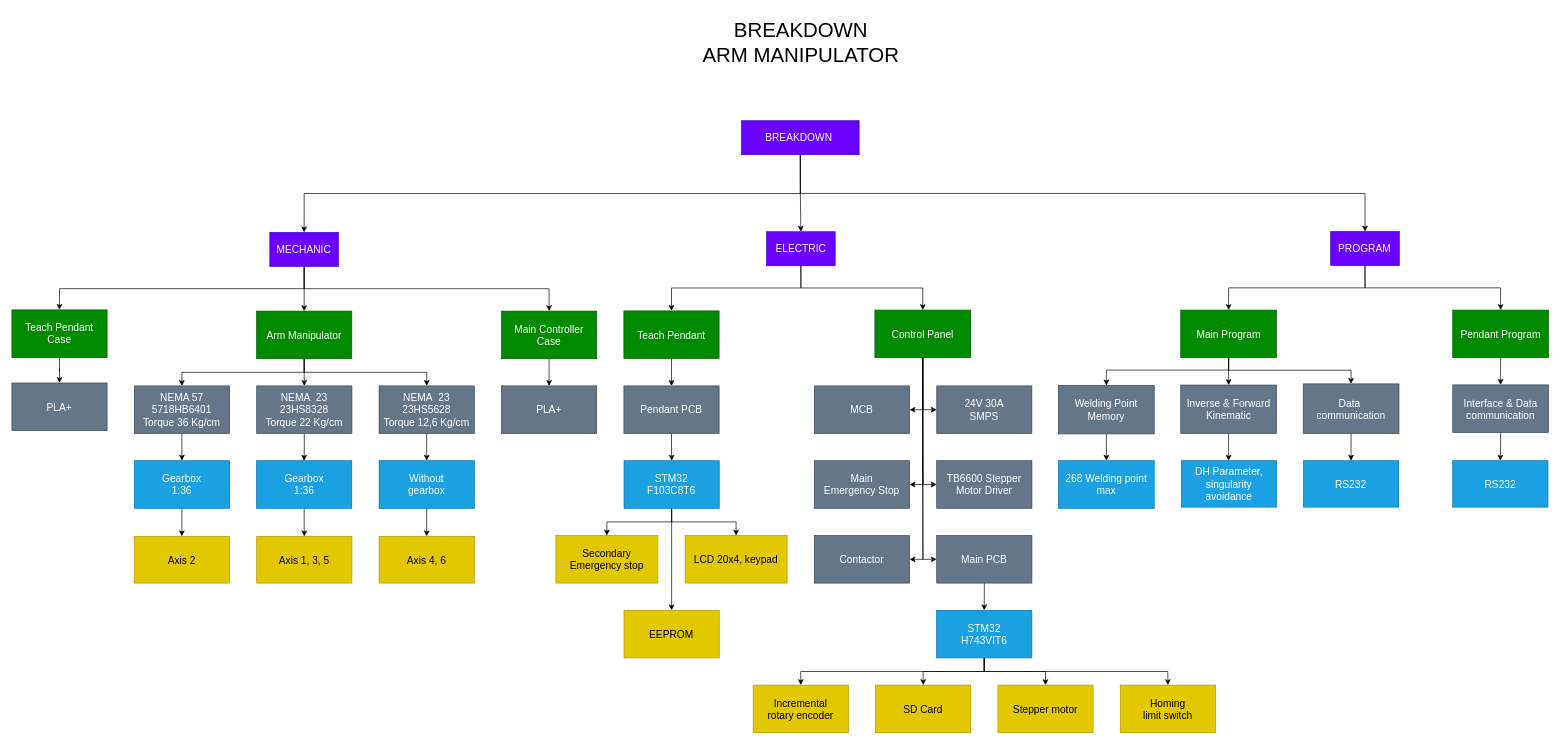
The draw.io diagram page "General Breakdown" (1 of 4) of Breakdown/Breakdown Arm Manipulator.drawio in AlfonsusGiovanni/Welding-Arm-Manipulator, before the edit. Source tidied: cells renumbered, new cells numbered last; positions are measured from the earlier drawing's top-left corner, leaving out a move shared by most shapes. Both pictures are drawn from the tidied source at 68%, with x=0, y=0 at pixel (12, 12).
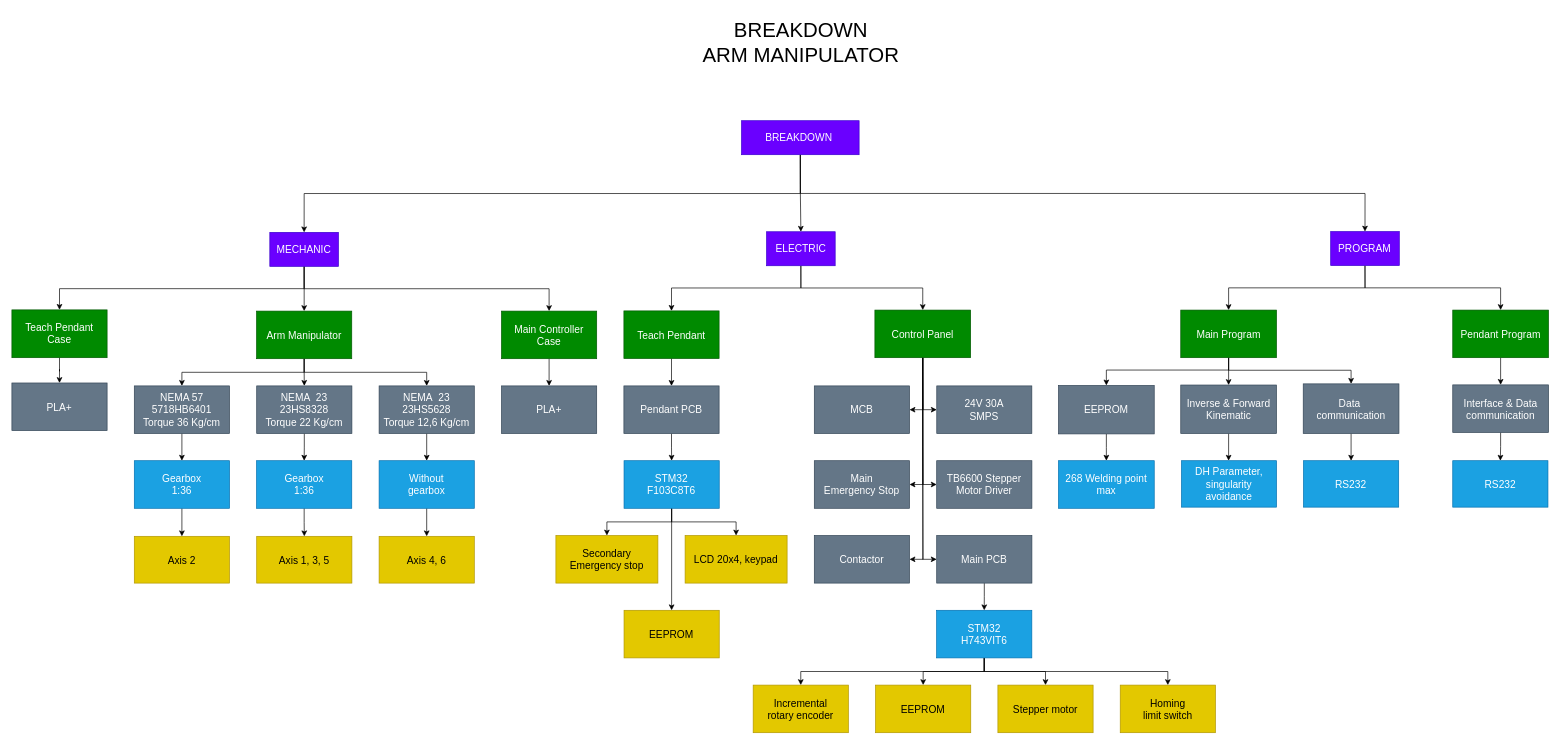
After the change.

What changed in the source:
```diff
@@
-    <mxCell id="61" value="&lt;div style=&quot;font-size: 15px;&quot;&gt;&lt;div&gt;SD Card&lt;/div&gt;&lt;/div&gt;" style="rounded=0;whiteSpace=wrap;html=1;fontSize=15;fillColor=#e3c800;fontColor=#000000;strokeColor=#B09500;" parent="1" vertex="1">
+    <mxCell id="61" value="&lt;div style=&quot;font-size: 15px;&quot;&gt;&lt;div&gt;EEPROM&lt;/div&gt;&lt;/div&gt;" style="rounded=0;whiteSpace=wrap;html=1;fontSize=15;fillColor=#e3c800;fontColor=#000000;strokeColor=#B09500;" parent="1" vertex="1">
       <mxGeometry x="1270.1" y="990" width="140" height="70" as="geometry" />
     </mxCell>
@@
-    <mxCell id="71" value="Welding Point Memory" style="rounded=0;whiteSpace=wrap;html=1;fontSize=15;fillColor=#647687;fontColor=#ffffff;strokeColor=#314354;" parent="1" vertex="1">
+    <mxCell id="71" value="EEPROM" style="rounded=0;whiteSpace=wrap;html=1;fontSize=15;fillColor=#647687;fontColor=#ffffff;strokeColor=#314354;" parent="1" vertex="1">
       <mxGeometry x="1539.1" y="549.3" width="140.8" height="71.3" as="geometry" />
     </mxCell>
```
